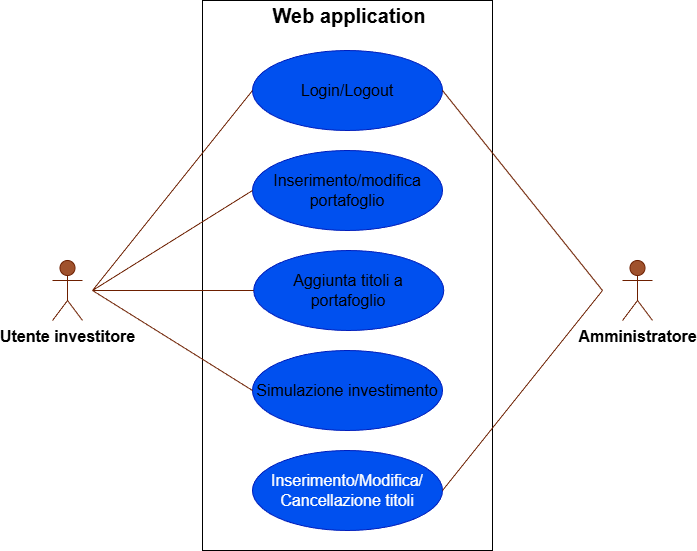
Gerryschh/bgm-investments-esg keeps this draw.io diagram as bgm-investments-esg-doc/uml-schema/usecases-uml-schema.drawio.png. Above is the earlier version. Source tidied: cells renumbered, new cells last; positions are measured from the earlier drawing's top-left corner, leaving out a move shared by most shapes. Source of this version:
```xml
<mxGraphModel>
  <root>
    <mxCell id="0" />
    <mxCell id="1" parent="0" />
    <mxCell id="2" style="html=1;whiteSpace=wrap;fillColor=none;strokeColor=light-dark(#000000,#000000);" parent="1" vertex="1">
      <mxGeometry x="150" width="290" height="550" as="geometry" />
    </mxCell>
    <mxCell id="3" value="&lt;font style=&quot;color: light-dark(rgb(0, 0, 0), rgb(0, 0, 0)); font-size: 16px;&quot;&gt;Inserimento/modifica portafoglio&lt;/font&gt;" style="ellipse;whiteSpace=wrap;html=1;fillColor=#0050ef;strokeColor=#001DBC;fontColor=#ffffff;" parent="1" vertex="1">
      <mxGeometry x="200" y="150" width="190" height="80" as="geometry" />
    </mxCell>
    <mxCell id="4" value="&lt;font style=&quot;color: light-dark(rgb(0, 0, 0), rgb(0, 0, 0)); font-size: 16px;&quot;&gt;Aggiunta titoli a portafoglio&lt;/font&gt;" style="ellipse;whiteSpace=wrap;html=1;fillColor=#0050ef;strokeColor=#001DBC;fontColor=#ffffff;" parent="1" vertex="1">
      <mxGeometry x="201.2" y="250" width="190" height="80" as="geometry" />
    </mxCell>
    <mxCell id="5" value="&lt;font style=&quot;color: light-dark(rgb(0, 0, 0), rgb(0, 0, 0)); font-size: 16px;&quot;&gt;Simulazione investimento&lt;/font&gt;" style="ellipse;whiteSpace=wrap;html=1;fillColor=#0050ef;strokeColor=#001DBC;fontColor=#ffffff;" parent="1" vertex="1">
      <mxGeometry x="200" y="350" width="190" height="80" as="geometry" />
    </mxCell>
    <mxCell id="6" value="&lt;font style=&quot;font-size: 16px;&quot;&gt;Inserimento/Modifica/&lt;/font&gt;&lt;div&gt;&lt;font style=&quot;font-size: 16px;&quot;&gt;Cancellazione titoli&lt;/font&gt;&lt;/div&gt;" style="ellipse;whiteSpace=wrap;html=1;fillColor=#0050ef;fontColor=#ffffff;strokeColor=#001DBC;" parent="1" vertex="1">
      <mxGeometry x="200" y="450" width="190" height="80" as="geometry" />
    </mxCell>
    <mxCell id="7" value="&lt;font style=&quot;color: light-dark(rgb(0, 0, 0), rgb(0, 0, 0)); font-size: 16px;&quot;&gt;&lt;b style=&quot;&quot;&gt;Utente investitore&lt;/b&gt;&lt;/font&gt;" style="shape=umlActor;verticalLabelPosition=bottom;verticalAlign=top;html=1;fillColor=#a0522d;strokeColor=#6D1F00;fontColor=#ffffff;" parent="1" vertex="1">
      <mxGeometry y="260" width="30" height="60" as="geometry" />
    </mxCell>
    <mxCell id="8" value="&lt;font style=&quot;color: light-dark(rgb(0, 0, 0), rgb(0, 0, 0)); font-size: 16px;&quot;&gt;&lt;b style=&quot;&quot;&gt;Amministratore&lt;/b&gt;&lt;/font&gt;" style="shape=umlActor;verticalLabelPosition=bottom;verticalAlign=top;html=1;fillColor=#a0522d;strokeColor=#6D1F00;fontColor=#ffffff;" parent="1" vertex="1">
      <mxGeometry x="570" y="260" width="30" height="60" as="geometry" />
    </mxCell>
    <mxCell id="9" value="&lt;font style=&quot;color: light-dark(rgb(0, 0, 0), rgb(0, 0, 0)); font-size: 20px;&quot;&gt;&lt;b style=&quot;&quot;&gt;Web application&lt;/b&gt;&lt;/font&gt;" style="text;html=1;whiteSpace=wrap;strokeColor=none;fillColor=none;align=center;verticalAlign=middle;rounded=0;" parent="1" vertex="1">
      <mxGeometry x="202.5" width="187.5" height="30" as="geometry" />
    </mxCell>
    <mxCell id="10" value="&lt;font style=&quot;color: light-dark(rgb(0, 0, 0), rgb(0, 0, 0)); font-size: 16px;&quot;&gt;Login/Logout&lt;/font&gt;" style="ellipse;whiteSpace=wrap;html=1;fillColor=#0050ef;strokeColor=#001DBC;fontColor=#ffffff;" parent="1" vertex="1">
      <mxGeometry x="200" y="50" width="190" height="80" as="geometry" />
    </mxCell>
    <mxCell id="11" style="endArrow=none;html=1;rounded=0;entryX=0;entryY=0.5;entryDx=0;entryDy=0;fillColor=#a0522d;strokeColor=#6D1F00;" parent="1" edge="1" target="10">
      <mxGeometry relative="1" as="geometry">
        <mxPoint x="40" y="290" as="sourcePoint" />
      </mxGeometry>
    </mxCell>
    <mxCell id="12" style="endArrow=none;html=1;rounded=0;entryX=0;entryY=0.5;entryDx=0;entryDy=0;fillColor=#a0522d;strokeColor=#6D1F00;" parent="1" edge="1" target="3">
      <mxGeometry relative="1" as="geometry">
        <mxPoint x="40" y="290" as="sourcePoint" />
      </mxGeometry>
    </mxCell>
    <mxCell id="13" style="endArrow=none;html=1;rounded=0;entryX=0;entryY=0.5;entryDx=0;entryDy=0;fillColor=#a0522d;strokeColor=#6D1F00;" parent="1" edge="1" target="4">
      <mxGeometry relative="1" as="geometry">
        <mxPoint x="40" y="290" as="sourcePoint" />
      </mxGeometry>
    </mxCell>
    <mxCell id="14" style="endArrow=none;html=1;rounded=0;entryX=0;entryY=0.5;entryDx=0;entryDy=0;fillColor=#a0522d;strokeColor=#6D1F00;" parent="1" edge="1" target="5">
      <mxGeometry relative="1" as="geometry">
        <mxPoint x="40" y="290" as="sourcePoint" />
      </mxGeometry>
    </mxCell>
    <mxCell id="15" style="endArrow=none;html=1;rounded=0;entryX=1;entryY=0.5;entryDx=0;entryDy=0;fillColor=#a0522d;strokeColor=#6D1F00;" parent="1" edge="1" target="10">
      <mxGeometry relative="1" as="geometry">
        <mxPoint x="550" y="290" as="sourcePoint" />
      </mxGeometry>
    </mxCell>
    <mxCell id="16" style="endArrow=none;html=1;rounded=0;exitX=1;exitY=0.5;exitDx=0;exitDy=0;fillColor=#a0522d;strokeColor=#6D1F00;" parent="1" edge="1" source="6">
      <mxGeometry relative="1" as="geometry">
        <mxPoint x="550" y="290" as="targetPoint" />
      </mxGeometry>
    </mxCell>
  </root>
</mxGraphModel>
```
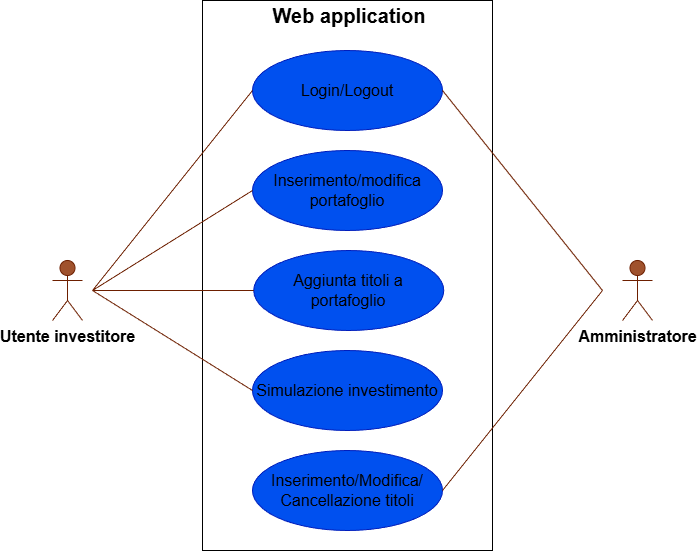
The same diagram one commit later.

Commit message:
Modified uml schema

Diff of the diagram source:
```diff
@@ -14,7 +14,7 @@
     <mxCell id="5" value="&lt;font style=&quot;color: light-dark(rgb(0, 0, 0), rgb(0, 0, 0)); font-size: 16px;&quot;&gt;Simulazione investimento&lt;/font&gt;" style="ellipse;whiteSpace=wrap;html=1;fillColor=#0050ef;strokeColor=#001DBC;fontColor=#ffffff;" parent="1" vertex="1">
       <mxGeometry x="200" y="350" width="190" height="80" as="geometry" />
     </mxCell>
-    <mxCell id="6" value="&lt;font style=&quot;font-size: 16px;&quot;&gt;Inserimento/Modifica/&lt;/font&gt;&lt;div&gt;&lt;font style=&quot;font-size: 16px;&quot;&gt;Cancellazione titoli&lt;/font&gt;&lt;/div&gt;" style="ellipse;whiteSpace=wrap;html=1;fillColor=#0050ef;fontColor=#ffffff;strokeColor=#001DBC;" parent="1" vertex="1">
+    <mxCell id="6" value="&lt;font style=&quot;font-size: 16px; color: light-dark(rgb(0, 0, 0), rgb(0, 0, 0));&quot;&gt;Inserimento/Modifica/&lt;/font&gt;&lt;div&gt;&lt;font style=&quot;font-size: 16px; color: light-dark(rgb(0, 0, 0), rgb(0, 0, 0));&quot;&gt;Cancellazione titoli&lt;/font&gt;&lt;/div&gt;" style="ellipse;whiteSpace=wrap;html=1;fillColor=#0050ef;fontColor=#ffffff;strokeColor=#001DBC;" parent="1" vertex="1">
       <mxGeometry x="200" y="450" width="190" height="80" as="geometry" />
     </mxCell>
     <mxCell id="7" value="&lt;font style=&quot;color: light-dark(rgb(0, 0, 0), rgb(0, 0, 0)); font-size: 16px;&quot;&gt;&lt;b style=&quot;&quot;&gt;Utente investitore&lt;/b&gt;&lt;/font&gt;" style="shape=umlActor;verticalLabelPosition=bottom;verticalAlign=top;html=1;fillColor=#a0522d;strokeColor=#6D1F00;fontColor=#ffffff;" parent="1" vertex="1">
```
